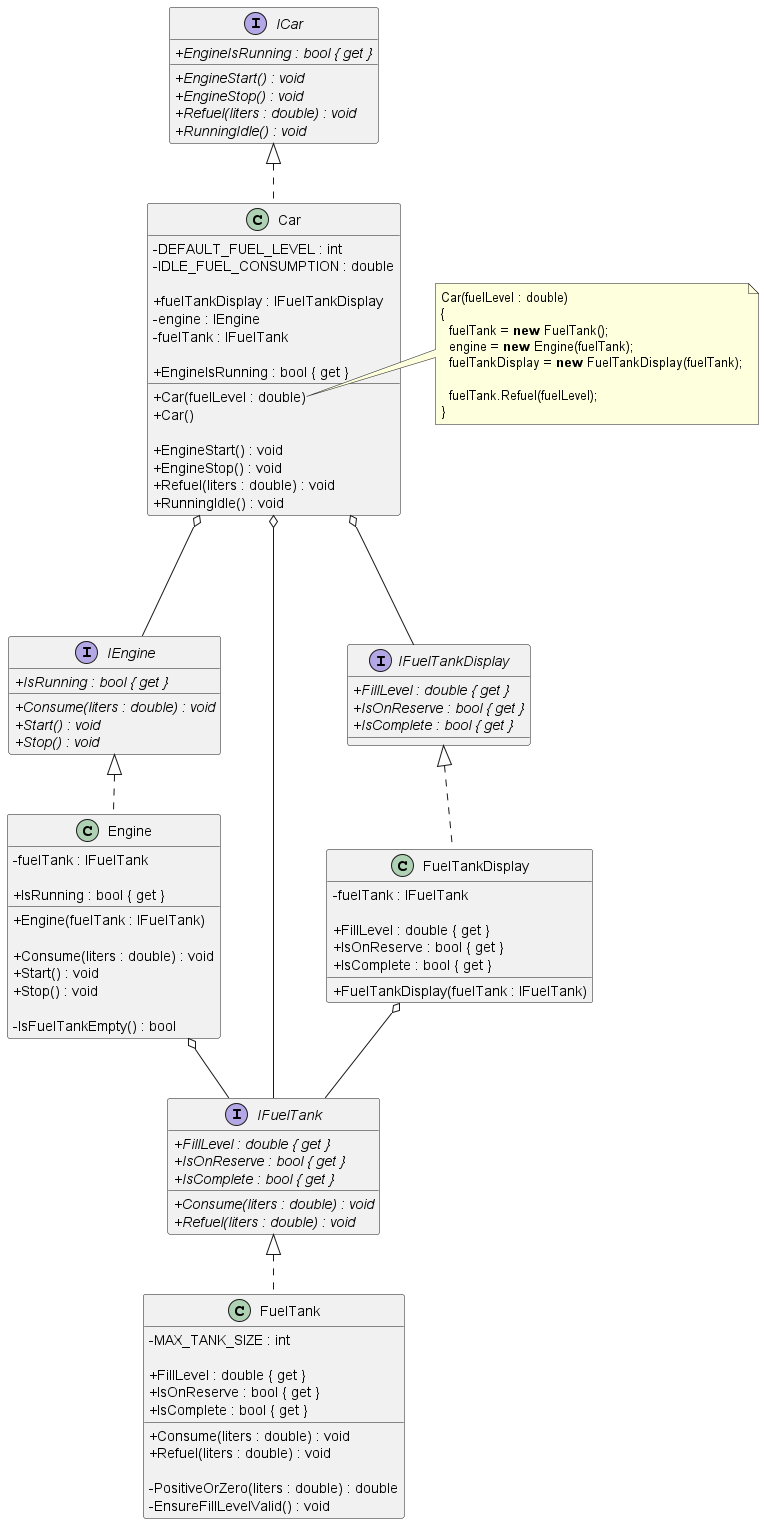
iamfranco/EngineAndFuelTankKata keeps this PlantUML diagram as puml/Engine And Fuel Tank.png. Above is the earlier version.
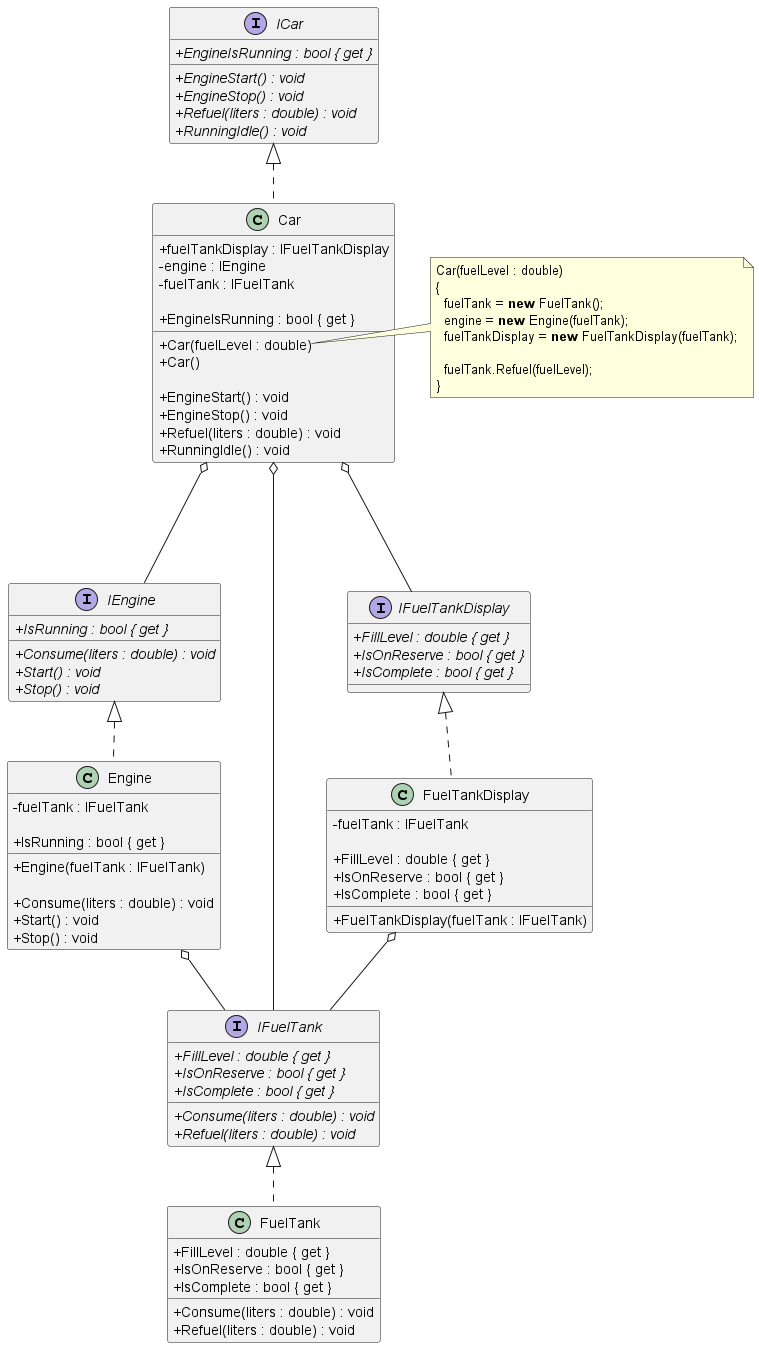
After the change.

Commit message:
remove private methods and attributes that came out from refactoring

Diff of the diagram source:
```diff
@@ -36,9 +36,6 @@
 
 class Car
 {
-  - DEFAULT_FUEL_LEVEL : int
-  - IDLE_FUEL_CONSUMPTION : double
-
   + fuelTankDisplay : IFuelTankDisplay
   - engine : IEngine
   - fuelTank : IFuelTank
@@ -65,23 +62,16 @@
   + Consume(liters : double) : void
   + Start() : void
   + Stop() : void
-
-  - IsFuelTankEmpty() : bool
 }
 
 class FuelTank
 {
-  - MAX_TANK_SIZE : int
-
   + FillLevel : double { get }
   + IsOnReserve : bool { get }
   + IsComplete : bool { get }
 
   + Consume(liters : double) : void
   + Refuel(liters : double) : void
-
-  - PositiveOrZero(liters : double) : double
-  - EnsureFillLevelValid() : void
 }
 
 class FuelTankDisplay
```
